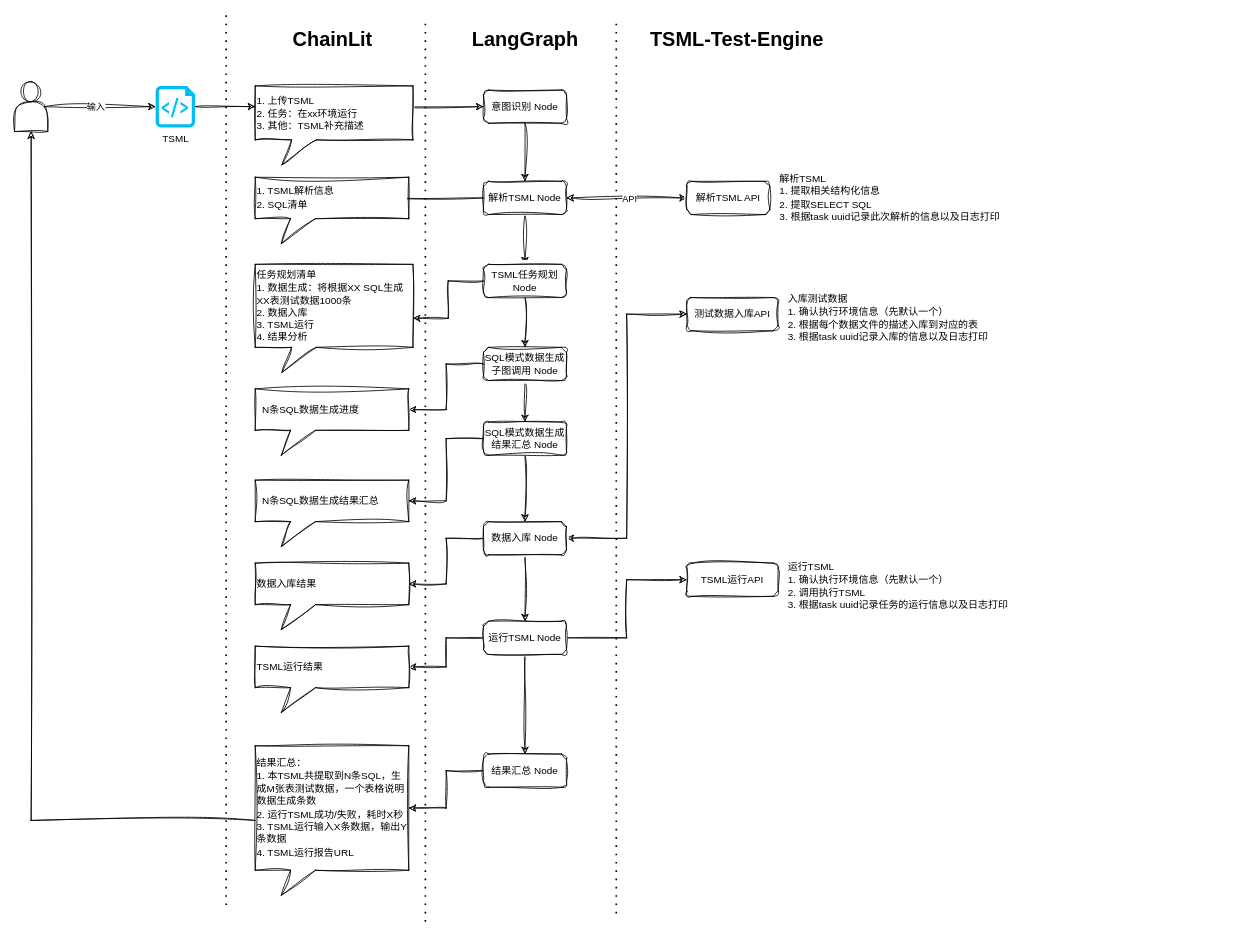
Before: page "TSML" (5 of 5) of design/DataForge.drawio in toddlerya/DataForge, a draw.io diagram. Source tidied: cells renumbered, new cells numbered last; positions are measured from the earlier drawing's top-left corner, leaving out a move shared by most shapes. Both pictures are drawn from the tidied source at 83%, with x=0, y=0 at pixel (14, 15).
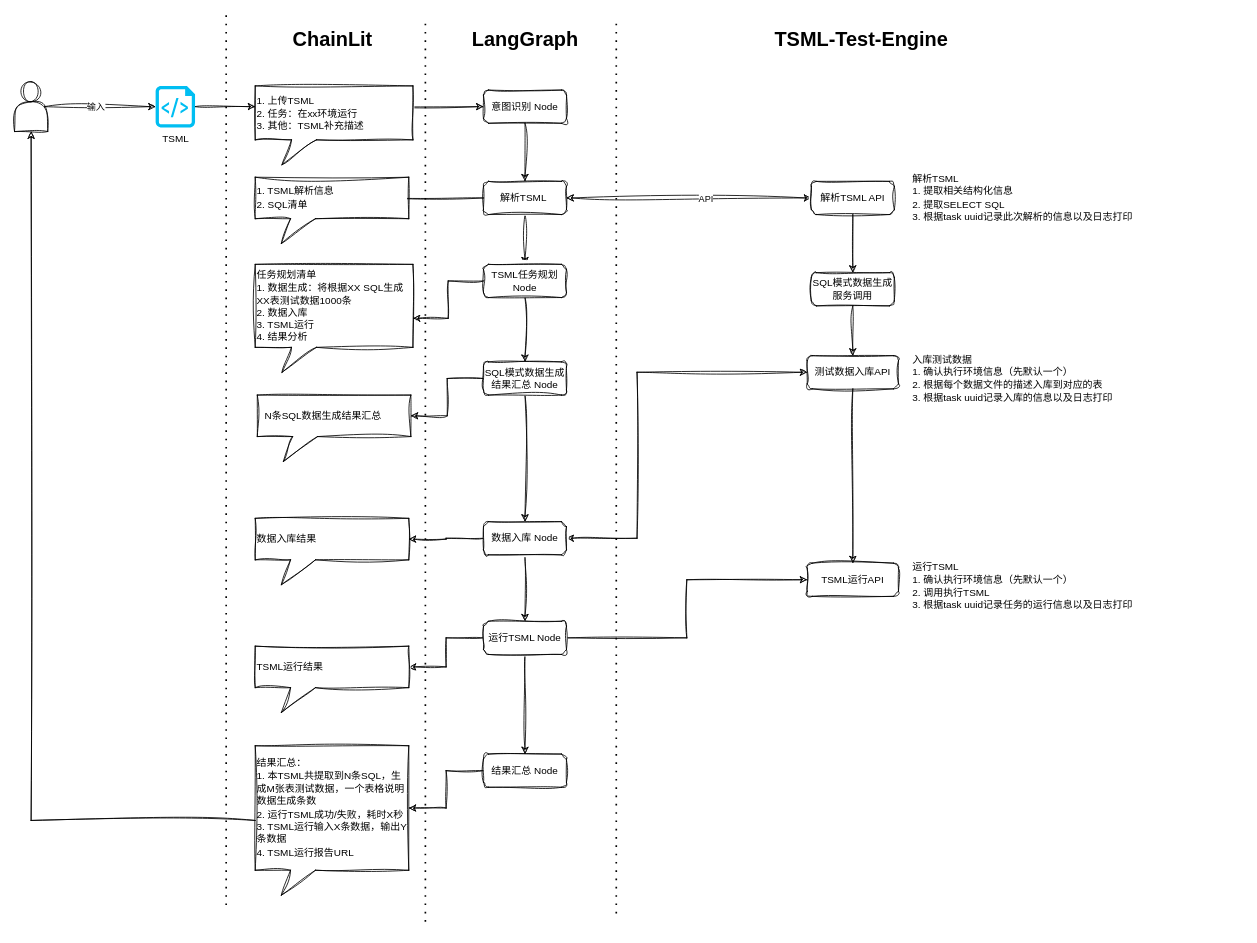
The same page after the edit.

The change refers to these unchanged cells:
```xml
<mxCell id="26" value="TSML任务规划 Node" style="rounded=1;whiteSpace=wrap;html=1;sketch=1;hachureGap=4;jiggle=2;curveFitting=1;fontFamily=LXGW WenKai GB Screen R;" parent="1" vertex="1">
  <mxGeometry x="565" y="300" width="100" height="40" as="geometry" />
</mxCell>
<mxCell id="41" value="数据入库 Node" style="rounded=1;whiteSpace=wrap;html=1;sketch=1;hachureGap=4;jiggle=2;curveFitting=1;fontFamily=LXGW WenKai GB Screen R;" parent="1" vertex="1">
  <mxGeometry x="565" y="610" width="100" height="40" as="geometry" />
</mxCell>
```

The edit, as a diff of the source:
```diff
@@
     <mxCell id="14" value="&lt;font face=&quot;LXGW WenKai GB Screen R&quot;&gt;TSML-Test-Engine&lt;/font&gt;" style="text;strokeColor=none;fillColor=none;html=1;fontSize=24;fontStyle=1;verticalAlign=middle;align=center;fontFamily=Architects Daughter;" parent="1" vertex="1">
-      <mxGeometry x="770" y="10" width="200" height="40" as="geometry" />
+      <mxGeometry x="920" y="10" width="200" height="40" as="geometry" />
     </mxCell>
@@
-    <mxCell id="19" value="解析TSML Node" style="rounded=1;whiteSpace=wrap;html=1;sketch=1;hachureGap=4;jiggle=2;curveFitting=1;fontFamily=LXGW WenKai GB Screen R;" parent="1" vertex="1">
+    <mxCell id="19" value="解析TSML&amp;nbsp;" style="rounded=1;whiteSpace=wrap;html=1;sketch=1;hachureGap=4;jiggle=2;curveFitting=1;fontFamily=LXGW WenKai GB Screen R;" parent="1" vertex="1">
       <mxGeometry x="565" y="200" width="100" height="40" as="geometry" />
     </mxCell>
@@
+    <mxCell id="56" style="edgeStyle=orthogonalEdgeStyle;rounded=0;sketch=1;hachureGap=4;jiggle=2;curveFitting=1;jettySize=auto;html=1;fontFamily=Architects Daughter;" parent="1" edge="1" source="22" target="59">
+      <mxGeometry relative="1" as="geometry" />
+    </mxCell>
     <mxCell id="22" value="解析TSML API" style="rounded=1;whiteSpace=wrap;html=1;sketch=1;hachureGap=4;jiggle=2;curveFitting=1;fontFamily=LXGW WenKai GB Screen R;" parent="1" vertex="1">
-      <mxGeometry x="810" y="200" width="100" height="40" as="geometry" />
+      <mxGeometry x="960" y="200" width="100" height="40" as="geometry" />
     </mxCell>
     <mxCell id="23" value="&lt;font face=&quot;LXGW WenKai GB Screen R&quot;&gt;解析TSML&lt;/font&gt;&lt;div&gt;&lt;font face=&quot;LXGW WenKai GB Screen R&quot;&gt;1. 提取相关结构化信息&lt;/font&gt;&lt;/div&gt;&lt;div&gt;&lt;font face=&quot;LXGW WenKai GB Screen R&quot;&gt;2. 提取SELECT SQL&lt;/font&gt;&lt;/div&gt;&lt;div&gt;&lt;font face=&quot;LXGW WenKai GB Screen R&quot;&gt;3. 根据task uuid记录此次解析的信息以及日志打印&lt;/font&gt;&lt;/div&gt;" style="text;html=1;align=left;verticalAlign=middle;whiteSpace=wrap;rounded=0;fontFamily=Architects Daughter;" parent="1" vertex="1">
-      <mxGeometry x="920" y="187.5" width="400" height="65" as="geometry" />
+      <mxGeometry x="1080" y="187.5" width="400" height="65" as="geometry" />
     </mxCell>
-    <mxCell id="24" style="edgeStyle=orthogonalEdgeStyle;rounded=0;sketch=1;hachureGap=4;jiggle=2;curveFitting=1;jettySize=auto;html=1;fontFamily=Architects Daughter;" parent="1" edge="1" source="26" target="29">
+    <mxCell id="24" style="edgeStyle=orthogonalEdgeStyle;rounded=0;sketch=1;hachureGap=4;jiggle=2;curveFitting=1;jettySize=auto;html=1;fontFamily=Architects Daughter;entryX=0.5;entryY=0;entryDx=0;entryDy=0;" parent="1" edge="1" source="26" target="35">
       <mxGeometry relative="1" as="geometry" />
     </mxCell>
@@
-    <mxCell id="27" style="edgeStyle=orthogonalEdgeStyle;rounded=0;sketch=1;hachureGap=4;jiggle=2;curveFitting=1;jettySize=auto;html=1;fontFamily=Architects Daughter;" parent="1" edge="1" source="29" target="35">
-      <mxGeometry relative="1" as="geometry" />
-    </mxCell>
-    <mxCell id="28" style="edgeStyle=orthogonalEdgeStyle;rounded=0;sketch=1;hachureGap=4;jiggle=2;curveFitting=1;jettySize=auto;html=1;fontFamily=Architects Daughter;entryX=0;entryY=0;entryDx=185;entryDy=25;entryPerimeter=0;" parent="1" edge="1" source="29" target="36">
-      <mxGeometry relative="1" as="geometry" />
-    </mxCell>
-    <mxCell id="29" value="SQL模式数据生成子图调用 Node" style="rounded=1;whiteSpace=wrap;html=1;sketch=1;hachureGap=4;jiggle=2;curveFitting=1;fontFamily=LXGW WenKai GB Screen R;" parent="1" vertex="1">
-      <mxGeometry x="565" y="400" width="100" height="40" as="geometry" />
-    </mxCell>
@@
     <mxCell id="35" value="SQL模式数据生成结果汇总 Node" style="rounded=1;whiteSpace=wrap;html=1;sketch=1;hachureGap=4;jiggle=2;curveFitting=1;fontFamily=LXGW WenKai GB Screen R;" parent="1" vertex="1">
-      <mxGeometry x="565" y="490" width="100" height="40" as="geometry" />
+      <mxGeometry x="565" y="417.5" width="100" height="40" as="geometry" />
     </mxCell>
-    <mxCell id="36" value="&lt;font face=&quot;LXGW WenKai GB Screen R&quot;&gt;&amp;nbsp; N条SQL数据生成进度&lt;/font&gt;" style="shape=callout;whiteSpace=wrap;html=1;perimeter=calloutPerimeter;sketch=1;hachureGap=4;jiggle=2;curveFitting=1;fontFamily=Architects Daughter;position2=0.17;size=30;position=0.23;align=left;base=30;" parent="1" vertex="1">
-      <mxGeometry x="290" y="450" width="185" height="80" as="geometry" />
-    </mxCell>
     <mxCell id="37" value="&lt;font face=&quot;LXGW WenKai GB Screen R&quot;&gt;&amp;nbsp; N条SQL数据生成结果汇总&lt;/font&gt;" style="shape=callout;whiteSpace=wrap;html=1;perimeter=calloutPerimeter;sketch=1;hachureGap=4;jiggle=2;curveFitting=1;fontFamily=Architects Daughter;position2=0.17;size=30;position=0.23;align=left;base=30;" parent="1" vertex="1">
-      <mxGeometry x="290" y="560" width="185" height="80" as="geometry" />
+      <mxGeometry x="292.5" y="457.5" width="185" height="80" as="geometry" />
     </mxCell>
     <mxCell id="38" style="edgeStyle=orthogonalEdgeStyle;rounded=0;sketch=1;hachureGap=4;jiggle=2;curveFitting=1;jettySize=auto;html=1;fontFamily=Architects Daughter;entryX=0;entryY=0.5;entryDx=0;entryDy=0;startArrow=classic;startFill=1;" parent="1" edge="1" source="41" target="42">
-      <mxGeometry relative="1" as="geometry" />
+      <mxGeometry relative="1" as="geometry">
+        <Array as="points">
+          <mxPoint x="750" y="630" />
+          <mxPoint x="750" y="430" />
+        </Array>
+      </mxGeometry>
     </mxCell>
@@
+    <mxCell id="57" style="edgeStyle=orthogonalEdgeStyle;rounded=0;sketch=1;hachureGap=4;jiggle=2;curveFitting=1;jettySize=auto;html=1;fontFamily=Architects Daughter;entryX=0.5;entryY=0;entryDx=0;entryDy=0;" parent="1" edge="1" source="42" target="50">
+      <mxGeometry relative="1" as="geometry" />
+    </mxCell>
     <mxCell id="42" value="测试数据入库API" style="rounded=1;whiteSpace=wrap;html=1;sketch=1;hachureGap=4;jiggle=2;curveFitting=1;fontFamily=LXGW WenKai GB Screen R;" parent="1" vertex="1">
-      <mxGeometry x="810" y="340" width="110" height="40" as="geometry" />
+      <mxGeometry x="955" y="410" width="110" height="40" as="geometry" />
     </mxCell>
     <mxCell id="43" value="&lt;div&gt;&lt;font face=&quot;LXGW WenKai GB Screen R&quot;&gt;入库测试数据&lt;/font&gt;&lt;/div&gt;&lt;div&gt;&lt;font face=&quot;LXGW WenKai GB Screen R&quot;&gt;1. 确认执行环境信息（先默认一个）&lt;/font&gt;&lt;/div&gt;&lt;div&gt;&lt;font face=&quot;LXGW WenKai GB Screen R&quot;&gt;2. 根据每个数据文件的描述入库到对应的表&lt;/font&gt;&lt;/div&gt;&lt;div&gt;&lt;font face=&quot;LXGW WenKai GB Screen R&quot;&gt;3.&amp;nbsp;&lt;/font&gt;&lt;span style=&quot;font-family: &amp;quot;LXGW WenKai GB Screen R&amp;quot;; background-color: initial;&quot;&gt;根据task uuid记录入库的信息以及日志打印&lt;/span&gt;&lt;/div&gt;" style="text;html=1;align=left;verticalAlign=middle;whiteSpace=wrap;rounded=0;fontFamily=Architects Daughter;" parent="1" vertex="1">
-      <mxGeometry x="930" y="327.5" width="330" height="75" as="geometry" />
+      <mxGeometry x="1080" y="400" width="330" height="75" as="geometry" />
     </mxCell>
     <mxCell id="44" value="&lt;font face=&quot;LXGW WenKai GB Screen R&quot;&gt;数据入库结果&lt;/font&gt;" style="shape=callout;whiteSpace=wrap;html=1;perimeter=calloutPerimeter;sketch=1;hachureGap=4;jiggle=2;curveFitting=1;fontFamily=Architects Daughter;position2=0.17;size=30;position=0.23;align=left;base=30;" parent="1" vertex="1">
-      <mxGeometry x="290" y="660" width="185" height="80" as="geometry" />
+      <mxGeometry x="290" y="606" width="185" height="80" as="geometry" />
     </mxCell>
@@
     <mxCell id="50" value="TSML运行API" style="rounded=1;whiteSpace=wrap;html=1;sketch=1;hachureGap=4;jiggle=2;curveFitting=1;fontFamily=LXGW WenKai GB Screen R;" parent="1" vertex="1">
-      <mxGeometry x="810" y="660" width="110" height="40" as="geometry" />
+      <mxGeometry x="955" y="660" width="110" height="40" as="geometry" />
     </mxCell>
     <mxCell id="51" value="&lt;div&gt;&lt;font face=&quot;LXGW WenKai GB Screen R&quot;&gt;运行TSML&lt;/font&gt;&lt;/div&gt;&lt;div&gt;&lt;font face=&quot;LXGW WenKai GB Screen R&quot;&gt;1. 确认执行环境信息（先默认一个）&lt;/font&gt;&lt;/div&gt;&lt;div&gt;&lt;font face=&quot;LXGW WenKai GB Screen R&quot;&gt;2. 调用执行TSML&lt;/font&gt;&lt;/div&gt;&lt;div&gt;&lt;font face=&quot;LXGW WenKai GB Screen R&quot;&gt;3.&amp;nbsp;&lt;/font&gt;&lt;span style=&quot;font-family: &amp;quot;LXGW WenKai GB Screen R&amp;quot;; background-color: initial;&quot;&gt;根据task uuid记录任务的运行信息以及日志打印&lt;/span&gt;&lt;/div&gt;" style="text;html=1;align=left;verticalAlign=middle;whiteSpace=wrap;rounded=0;fontFamily=Architects Daughter;" parent="1" vertex="1">
-      <mxGeometry x="930" y="650" width="330" height="75" as="geometry" />
+      <mxGeometry x="1080" y="650" width="330" height="75" as="geometry" />
     </mxCell>
@@
+    <mxCell id="58" style="edgeStyle=orthogonalEdgeStyle;rounded=0;sketch=1;hachureGap=4;jiggle=2;curveFitting=1;jettySize=auto;html=1;fontFamily=Architects Daughter;" parent="1" edge="1" source="59" target="42">
+      <mxGeometry relative="1" as="geometry" />
+    </mxCell>
+    <mxCell id="59" value="SQL模式数据生成服务调用" style="rounded=1;whiteSpace=wrap;html=1;sketch=1;hachureGap=4;jiggle=2;curveFitting=1;fontFamily=LXGW WenKai GB Screen R;" parent="1" vertex="1">
+      <mxGeometry x="960" y="310" width="100" height="40" as="geometry" />
+    </mxCell>
```
